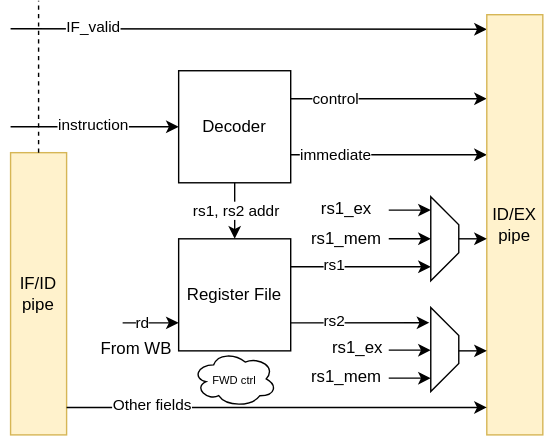
Earlier version of the draw.io export docs/cpu/assets/cpu/ID.drawio.svg (feipenghhq/TinyLinuxRV). Source tidied: cells renumbered, new cells last; positions are measured from the earlier drawing's top-left corner, leaving out a move shared by most shapes.
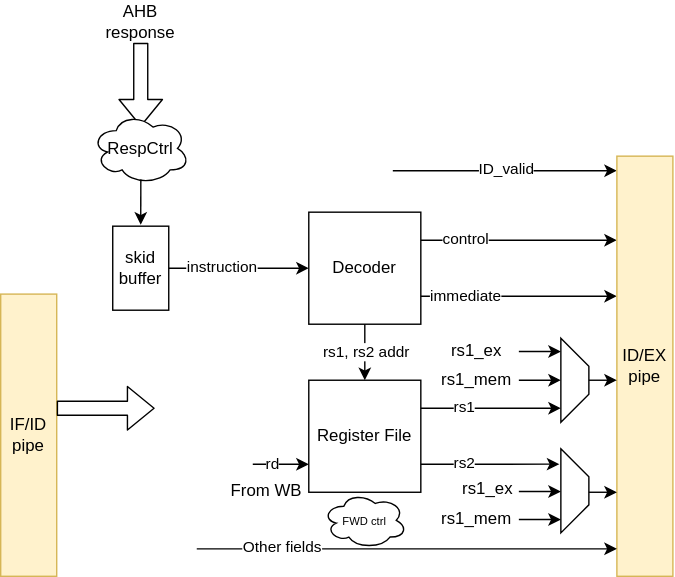
The same file after the commit.

The edit, as a diff of the source:
```diff
@@ -4,28 +4,28 @@
     <mxCell id="1" parent="0" />
     <mxCell id="2" style="endArrow=classic;html=1;" parent="1" edge="1">
       <mxGeometry relative="1" as="geometry">
-        <mxPoint y="90" as="sourcePoint" />
+        <mxPoint x="20" y="90" as="sourcePoint" />
         <mxPoint x="120" y="90" as="targetPoint" />
       </mxGeometry>
     </mxCell>
     <mxCell id="3" value="instruction" style="edgeLabel;html=1;align=center;verticalAlign=middle;" parent="2" vertex="1">
-      <mxGeometry x="0.12" y="2" relative="1" as="geometry">
+      <mxGeometry x="-0.06" y="2" relative="1" as="geometry">
         <mxPoint x="-9" as="offset" />
       </mxGeometry>
     </mxCell>
     <mxCell id="4" style="endArrow=classic;html=1;entryX=-0.003;entryY=0.068;entryDx=0;entryDy=0;entryPerimeter=0;" parent="1" edge="1">
       <mxGeometry relative="1" as="geometry">
-        <mxPoint y="20" as="sourcePoint" />
+        <mxPoint x="180" y="20.4" as="sourcePoint" />
         <mxPoint x="340" y="20.4" as="targetPoint" />
       </mxGeometry>
     </mxCell>
-    <mxCell id="5" value="IF_valid" style="edgeLabel;html=1;align=center;verticalAlign=middle;" parent="4" vertex="1">
+    <mxCell id="5" value="ID_valid" style="edgeLabel;html=1;align=center;verticalAlign=middle;" parent="4" vertex="1">
       <mxGeometry x="-0.61" y="2" relative="1" as="geometry">
-        <mxPoint x="-9" as="offset" />
+        <mxPoint x="48" as="offset" />
       </mxGeometry>
     </mxCell>
     <mxCell id="6" value="IF/ID pipe" style="rounded=0;whiteSpace=wrap;html=1;fillColor=#fff2cc;strokeColor=#d6b656;" parent="1" vertex="1">
-      <mxGeometry y="108.5" width="40" height="201.5" as="geometry" />
+      <mxGeometry x="-100" y="108.5" width="40" height="201.5" as="geometry" />
     </mxCell>
     <mxCell id="7" value="Decoder" style="whiteSpace=wrap;html=1;" parent="1" vertex="1">
       <mxGeometry x="120" y="50" width="80" height="80" as="geometry" />
@@ -142,12 +142,6 @@
     <mxCell id="34" value="From WB" style="text;html=1;whiteSpace=wrap;strokeColor=none;fillColor=none;align=center;verticalAlign=middle;rounded=0;" parent="1" vertex="1">
       <mxGeometry x="60" y="233.5" width="60" height="30" as="geometry" />
     </mxCell>
-    <mxCell id="35" style="endArrow=none;dashed=1;html=1;" parent="1" edge="1">
-      <mxGeometry relative="1" as="geometry">
-        <mxPoint x="20" y="108.5" as="sourcePoint" />
-        <mxPoint x="20" as="targetPoint" />
-      </mxGeometry>
-    </mxCell>
     <mxCell id="36" style="endArrow=classic;html=1;entryX=-0.003;entryY=0.068;entryDx=0;entryDy=0;entryPerimeter=0;" parent="1" edge="1">
       <mxGeometry relative="1" as="geometry">
         <mxPoint x="40" y="290.4" as="sourcePoint" />
@@ -162,5 +156,31 @@
     <mxCell id="38" value="&lt;font style=&quot;font-size: 8px;&quot;&gt;FWD ctrl&lt;/font&gt;" style="ellipse;shape=cloud;whiteSpace=wrap;html=1;" parent="1" vertex="1">
       <mxGeometry x="130" y="250" width="60" height="40" as="geometry" />
     </mxCell>
+    <mxCell id="39" style="shape=flexArrow;endArrow=classic;html=1;" parent="1" edge="1">
+      <mxGeometry relative="1" as="geometry">
+        <mxPoint y="-71" as="sourcePoint" />
+        <mxPoint y="-11" as="targetPoint" />
+      </mxGeometry>
+    </mxCell>
+    <mxCell id="40" value="AHB response" style="text;html=1;whiteSpace=wrap;strokeColor=none;fillColor=none;align=center;verticalAlign=middle;rounded=0;" parent="1" vertex="1">
+      <mxGeometry x="-30" y="-101" width="60" height="30" as="geometry" />
+    </mxCell>
+    <mxCell id="41" value="skid buffer" style="rounded=0;whiteSpace=wrap;html=1;" parent="1" vertex="1">
+      <mxGeometry x="-20" y="60" width="40" height="60" as="geometry" />
+    </mxCell>
+    <mxCell id="42" value="RespCtrl" style="ellipse;shape=cloud;whiteSpace=wrap;html=1;" parent="1" vertex="1">
+      <mxGeometry x="-35" y="-21" width="70" height="51" as="geometry" />
+    </mxCell>
+    <mxCell id="43" style="endArrow=classic;html=1;exitX=0.501;exitY=0.936;exitDx=0;exitDy=0;exitPerimeter=0;" parent="1" edge="1" source="42">
+      <mxGeometry relative="1" as="geometry">
+        <mxPoint y="59" as="targetPoint" />
+      </mxGeometry>
+    </mxCell>
+    <mxCell id="44" style="shape=flexArrow;endArrow=classic;html=1;" parent="1" edge="1">
+      <mxGeometry relative="1" as="geometry">
+        <mxPoint x="-60" y="190" as="sourcePoint" />
+        <mxPoint x="10" y="190" as="targetPoint" />
+      </mxGeometry>
+    </mxCell>
   </root>
 </mxGraphModel>
```
